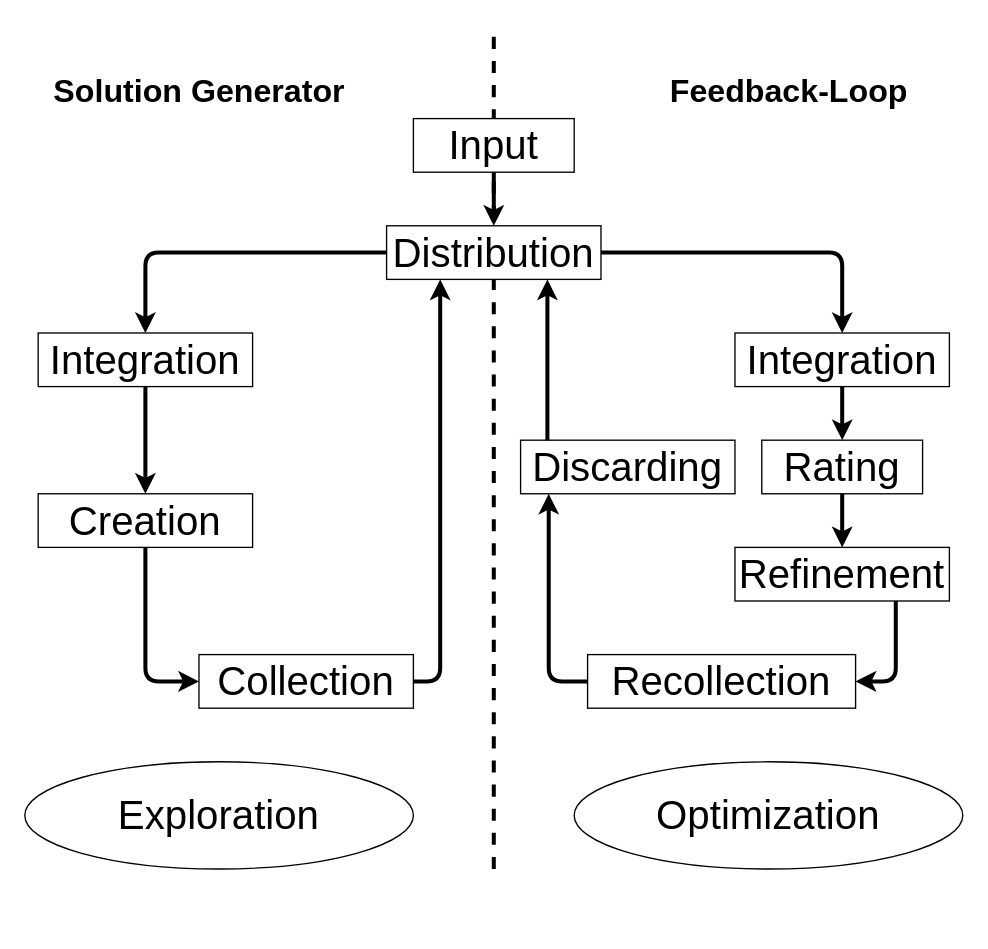
Above: flowchart filsat.drawio in WatKey/hello-world (draw.io), before the change. Source tidied: cells renumbered, new cells numbered last; positions are measured from the earlier drawing's top-left corner, leaving out a move shared by most shapes. Both pictures are drawn from the tidied source at 134%, with x=0, y=0 at pixel (24, 24).
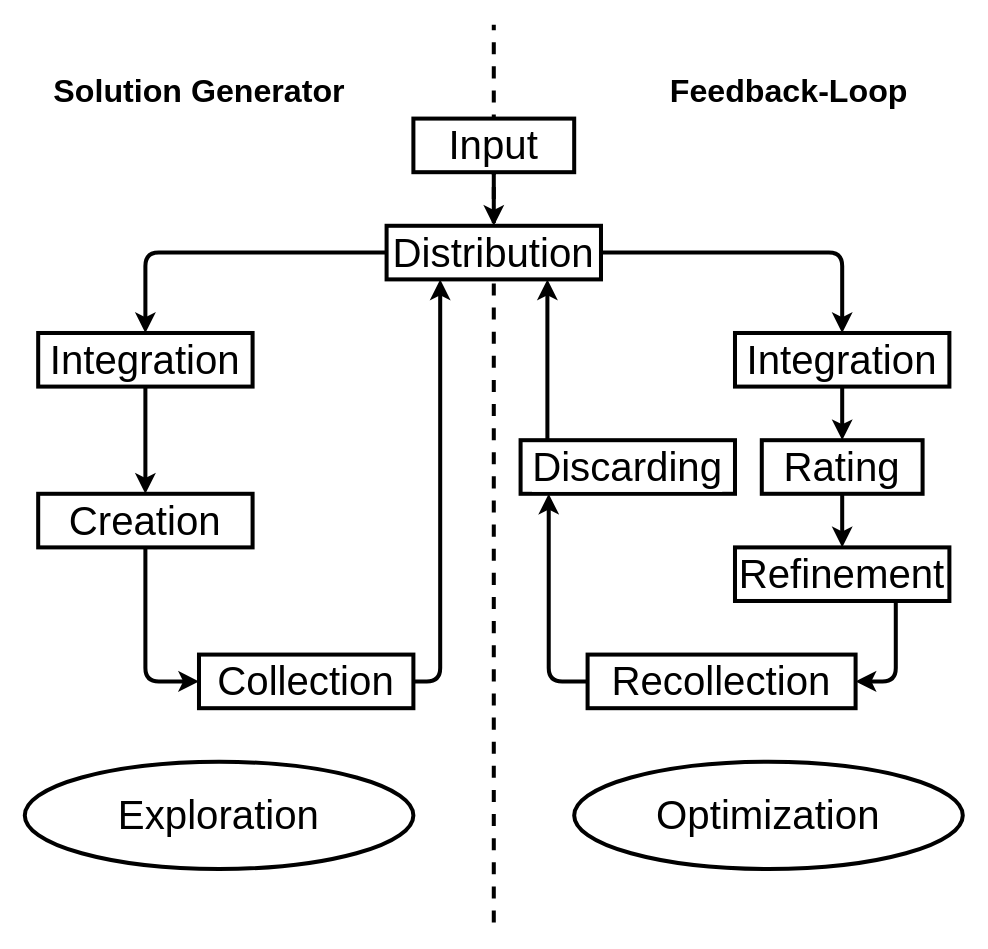
The same page after the edit.

Diff of the diagram source:
```diff
@@
     <mxCell id="2" style="endArrow=none;dashed=1;html=1;strokeWidth=3;labelPosition=center;verticalLabelPosition=middle;align=center;verticalAlign=middle;" parent="1" edge="1">
       <mxGeometry relative="1" as="geometry">
-        <mxPoint x="350" y="630" as="sourcePoint" />
+        <mxPoint x="350" y="670" as="sourcePoint" />
         <mxPoint x="350" as="targetPoint" />
       </mxGeometry>
     </mxCell>
-    <mxCell id="3" value="&lt;font&gt;&lt;font style=&quot;font-size: 30px&quot;&gt;Input&lt;/font&gt;&lt;br&gt;&lt;/font&gt;" style="rounded=0;whiteSpace=wrap;html=1;fontSize=30;" parent="1" vertex="1">
+    <mxCell id="3" value="&lt;font&gt;&lt;font style=&quot;font-size: 30px&quot;&gt;Input&lt;/font&gt;&lt;br&gt;&lt;/font&gt;" style="rounded=0;whiteSpace=wrap;html=1;fontSize=30;strokeWidth=3;" parent="1" vertex="1">
       <mxGeometry x="290" y="70" width="120" height="40" as="geometry" />
     </mxCell>
-    <mxCell id="4" value="&lt;font style=&quot;font-size: 30px&quot;&gt;Distribution&lt;/font&gt;" style="rounded=0;whiteSpace=wrap;html=1;" parent="1" vertex="1">
+    <mxCell id="4" value="&lt;font style=&quot;font-size: 30px&quot;&gt;Distribution&lt;/font&gt;" style="rounded=0;whiteSpace=wrap;html=1;strokeWidth=3;" parent="1" vertex="1">
       <mxGeometry x="270" y="150" width="160" height="40" as="geometry" />
     </mxCell>
-    <mxCell id="5" value="&lt;font style=&quot;font-size: 30px&quot;&gt;Integration&lt;/font&gt;" style="rounded=0;whiteSpace=wrap;html=1;" parent="1" vertex="1">
+    <mxCell id="5" value="&lt;font style=&quot;font-size: 30px&quot;&gt;Integration&lt;/font&gt;" style="rounded=0;whiteSpace=wrap;html=1;strokeWidth=3;" parent="1" vertex="1">
       <mxGeometry x="10" y="230" width="160" height="40" as="geometry" />
     </mxCell>
-    <mxCell id="6" value="&lt;font style=&quot;font-size: 30px&quot;&gt;Creation&lt;/font&gt;" style="rounded=0;whiteSpace=wrap;html=1;" parent="1" vertex="1">
+    <mxCell id="6" value="&lt;font style=&quot;font-size: 30px&quot;&gt;Creation&lt;/font&gt;" style="rounded=0;whiteSpace=wrap;html=1;strokeWidth=3;" parent="1" vertex="1">
       <mxGeometry x="10" y="350" width="160" height="40" as="geometry" />
     </mxCell>
-    <mxCell id="7" value="&lt;font style=&quot;font-size: 30px&quot;&gt;Integration&lt;br&gt;&lt;/font&gt;" style="rounded=0;whiteSpace=wrap;html=1;" parent="1" vertex="1">
+    <mxCell id="7" value="&lt;font style=&quot;font-size: 30px&quot;&gt;Integration&lt;br&gt;&lt;/font&gt;" style="rounded=0;whiteSpace=wrap;html=1;strokeWidth=3;" parent="1" vertex="1">
       <mxGeometry x="530" y="230" width="160" height="40" as="geometry" />
     </mxCell>
-    <mxCell id="8" value="&lt;font style=&quot;font-size: 30px&quot;&gt;Rating&lt;/font&gt;" style="rounded=0;whiteSpace=wrap;html=1;" parent="1" vertex="1">
+    <mxCell id="8" value="&lt;font style=&quot;font-size: 30px&quot;&gt;Rating&lt;/font&gt;" style="rounded=0;whiteSpace=wrap;html=1;strokeWidth=3;" parent="1" vertex="1">
       <mxGeometry x="550" y="310" width="120" height="40" as="geometry" />
     </mxCell>
-    <mxCell id="9" value="&lt;font style=&quot;font-size: 30px&quot;&gt;Refinement&lt;/font&gt;" style="rounded=0;whiteSpace=wrap;html=1;" parent="1" vertex="1">
+    <mxCell id="9" value="&lt;font style=&quot;font-size: 30px&quot;&gt;Refinement&lt;/font&gt;" style="rounded=0;whiteSpace=wrap;html=1;strokeWidth=3;" parent="1" vertex="1">
       <mxGeometry x="530" y="390" width="160" height="40" as="geometry" />
     </mxCell>
-    <mxCell id="10" value="&lt;font style=&quot;font-size: 30px&quot;&gt;Recollection&lt;/font&gt;" style="rounded=0;whiteSpace=wrap;html=1;" parent="1" vertex="1">
+    <mxCell id="10" value="&lt;font style=&quot;font-size: 30px&quot;&gt;Recollection&lt;/font&gt;" style="rounded=0;whiteSpace=wrap;html=1;strokeWidth=3;" parent="1" vertex="1">
       <mxGeometry x="420" y="470" width="200" height="40" as="geometry" />
     </mxCell>
-    <mxCell id="11" value="&lt;font style=&quot;font-size: 30px&quot;&gt;Collection&lt;/font&gt;" style="rounded=0;whiteSpace=wrap;html=1;" parent="1" vertex="1">
+    <mxCell id="11" value="&lt;font style=&quot;font-size: 30px&quot;&gt;Collection&lt;/font&gt;" style="rounded=0;whiteSpace=wrap;html=1;strokeWidth=3;" parent="1" vertex="1">
       <mxGeometry x="130" y="470" width="160" height="40" as="geometry" />
     </mxCell>
-    <mxCell id="12" value="&lt;font style=&quot;font-size: 30px&quot;&gt;Discarding&lt;/font&gt;" style="rounded=0;whiteSpace=wrap;html=1;" parent="1" vertex="1">
+    <mxCell id="12" value="&lt;font style=&quot;font-size: 30px&quot;&gt;Discarding&lt;/font&gt;" style="rounded=0;whiteSpace=wrap;html=1;labelBackgroundColor=#FFFFFF;fillColor=#ffffff;strokeColor=#000000;gradientColor=none;strokeWidth=3;" parent="1" vertex="1">
       <mxGeometry x="370" y="310" width="160" height="40" as="geometry" />
     </mxCell>
@@
-    <mxCell id="26" value="&lt;font style=&quot;font-size: 30px&quot;&gt;Exploration&lt;/font&gt;" style="ellipse;whiteSpace=wrap;html=1;" parent="1" vertex="1">
+    <mxCell id="26" value="&lt;font style=&quot;font-size: 30px&quot;&gt;Exploration&lt;/font&gt;" style="ellipse;whiteSpace=wrap;html=1;strokeWidth=3;" parent="1" vertex="1">
       <mxGeometry y="550" width="290" height="80" as="geometry" />
     </mxCell>
-    <mxCell id="27" value="&lt;font style=&quot;font-size: 30px&quot;&gt;Optimization&lt;/font&gt;" style="ellipse;whiteSpace=wrap;html=1;" parent="1" vertex="1">
+    <mxCell id="27" value="&lt;font style=&quot;font-size: 30px&quot;&gt;Optimization&lt;/font&gt;" style="ellipse;whiteSpace=wrap;html=1;strokeWidth=3;" parent="1" vertex="1">
       <mxGeometry x="410" y="550" width="290" height="80" as="geometry" />
     </mxCell>
```
